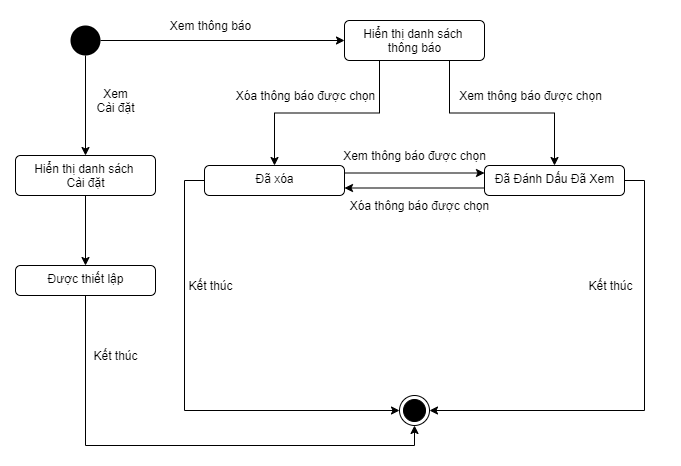
Earlier version of the draw.io export ToDoApp-Doc/Document/Diagram/State Machine Diagram/UserNotificationManagement/StateMachineDiagram_UserNotificationManagement.png (Merevoli-DatLuu/To-Do-App). Source tidied: cells renumbered, new cells last; positions are measured from the earlier drawing's top-left corner, leaving out a move shared by most shapes.
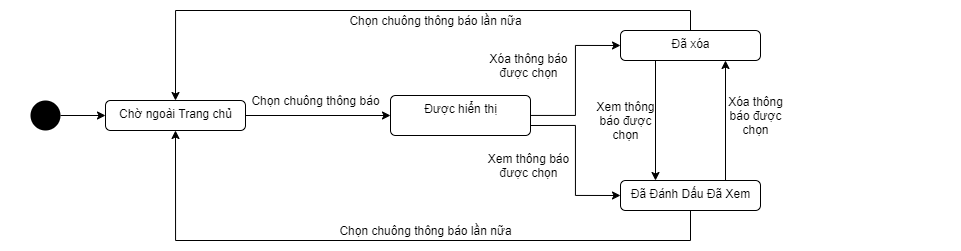
The same diagram one commit later.

Commit message:
[TODO-52]-[Modified]: UserNotificationManagement State Diagram

What changed in the source:
```diff
@@ -3,90 +3,72 @@
     <mxCell id="0" />
     <mxCell id="1" parent="0" />
     <mxCell id="2" style="rounded=0;whiteSpace=wrap;html=1;strokeColor=none;" parent="1" vertex="1">
-      <mxGeometry width="680" height="465" as="geometry" />
+      <mxGeometry x="-90" y="-75" width="960" height="250" as="geometry" />
     </mxCell>
-    <mxCell id="3" style="edgeStyle=orthogonalEdgeStyle;rounded=0;jettySize=auto;html=1;" parent="1" edge="1" source="5" target="9">
+    <mxCell id="3" style="edgeStyle=orthogonalEdgeStyle;rounded=0;jettySize=auto;html=1;exitX=1;exitY=0.5;exitDx=0;exitDy=0;" parent="1" edge="1" source="31" target="9">
       <mxGeometry relative="1" as="geometry" />
     </mxCell>
-    <mxCell id="4" style="edgeStyle=orthogonalEdgeStyle;rounded=0;jettySize=auto;html=1;entryX=0.5;entryY=0;entryDx=0;entryDy=0;" parent="1" edge="1" source="5" target="24">
-      <mxGeometry relative="1" as="geometry" />
-    </mxCell>
-    <mxCell id="5" style="ellipse;fillColor=#000000;strokeColor=none;" parent="1" vertex="1">
-      <mxGeometry x="70" y="25" width="30" height="30" as="geometry" />
-    </mxCell>
-    <mxCell id="6" style="ellipse;html=1;shape=endState;fillColor=#000000;strokeColor=#000000;" parent="1" vertex="1">
-      <mxGeometry x="399" y="395" width="30" height="30" as="geometry" />
-    </mxCell>
+    <mxCell id="8" style="edgeStyle=orthogonalEdgeStyle;rounded=0;jettySize=auto;html=1;entryX=0;entryY=0.5;entryDx=0;entryDy=0;exitX=1;exitY=0.75;exitDx=0;exitDy=0;" parent="1" edge="1" source="9" target="13">
+      <mxGeometry relative="1" as="geometry" />
+    </mxCell>
-    <mxCell id="7" style="edgeStyle=orthogonalEdgeStyle;rounded=0;jettySize=auto;html=1;entryX=0.5;entryY=0;entryDx=0;entryDy=0;exitX=0.25;exitY=1;exitDx=0;exitDy=0;" parent="1" edge="1" source="9" target="16">
+    <mxCell id="7" style="edgeStyle=orthogonalEdgeStyle;rounded=0;jettySize=auto;html=1;entryX=0;entryY=0.5;entryDx=0;entryDy=0;" parent="1" edge="1" source="9" target="16">
       <mxGeometry relative="1" as="geometry" />
     </mxCell>
-    <mxCell id="8" style="edgeStyle=orthogonalEdgeStyle;rounded=0;jettySize=auto;html=1;entryX=0.5;entryY=0;entryDx=0;entryDy=0;exitX=0.75;exitY=1;exitDx=0;exitDy=0;" parent="1" edge="1" source="9" target="13">
-      <mxGeometry relative="1" as="geometry" />
-    </mxCell>
-    <mxCell id="9" value="Hiển thị danh sách &lt;br&gt;thông báo" style="html=1;align=center;verticalAlign=top;rounded=1;absoluteArcSize=1;arcSize=10;dashed=0;" parent="1" vertex="1">
-      <mxGeometry x="344" y="20" width="140" height="40" as="geometry" />
+    <mxCell id="9" value="Được hiển thị" style="html=1;align=center;verticalAlign=top;rounded=1;absoluteArcSize=1;arcSize=10;dashed=0;" parent="1" vertex="1">
+      <mxGeometry x="300" y="20" width="140" height="40" as="geometry" />
     </mxCell>
-    <mxCell id="10" value="Xem thông báo" style="text;html=1;align=center;verticalAlign=middle;" parent="1" vertex="1">
-      <mxGeometry x="160" y="15" width="100" height="20" as="geometry" />
+    <mxCell id="10" value="Chọn chuông thông báo" style="text;html=1;align=center;verticalAlign=middle;" parent="1" vertex="1">
+      <mxGeometry x="155" y="15" width="140" height="20" as="geometry" />
     </mxCell>
-    <mxCell id="11" style="edgeStyle=orthogonalEdgeStyle;rounded=0;jettySize=auto;html=1;entryX=1;entryY=0.5;entryDx=0;entryDy=0;exitX=1;exitY=0.5;exitDx=0;exitDy=0;" parent="1" edge="1" source="13" target="6">
-      <mxGeometry relative="1" as="geometry" />
-    </mxCell>
-    <mxCell id="12" style="edgeStyle=orthogonalEdgeStyle;rounded=0;jettySize=auto;html=1;entryX=1;entryY=0.75;entryDx=0;entryDy=0;exitX=0;exitY=0.75;exitDx=0;exitDy=0;" parent="1" edge="1" source="13" target="16">
+    <mxCell id="12" style="edgeStyle=orthogonalEdgeStyle;rounded=0;jettySize=auto;html=1;entryX=0.75;entryY=1;entryDx=0;entryDy=0;exitX=0.75;exitY=0;exitDx=0;exitDy=0;" parent="1" edge="1" source="13" target="16">
       <mxGeometry relative="1" as="geometry" />
     </mxCell>
+    <mxCell id="29" style="edgeStyle=orthogonalEdgeStyle;rounded=0;jettySize=auto;html=1;entryX=0.5;entryY=1;entryDx=0;entryDy=0;exitX=0.5;exitY=1;exitDx=0;exitDy=0;" parent="1" edge="1" source="13" target="31">
+      <mxGeometry relative="1" as="geometry">
+        <Array as="points">
+          <mxPoint x="600" y="165" />
+          <mxPoint x="85" y="165" />
+        </Array>
+      </mxGeometry>
+    </mxCell>
     <mxCell id="13" value="Đã Đánh Dấu Đã Xem" style="html=1;align=center;verticalAlign=top;rounded=1;absoluteArcSize=1;arcSize=10;dashed=0;" parent="1" vertex="1">
-      <mxGeometry x="484" y="165" width="140" height="30" as="geometry" />
+      <mxGeometry x="530" y="105" width="140" height="30" as="geometry" />
     </mxCell>
-    <mxCell id="14" style="edgeStyle=orthogonalEdgeStyle;rounded=0;jettySize=auto;html=1;entryX=0;entryY=0.5;entryDx=0;entryDy=0;exitX=0;exitY=0.5;exitDx=0;exitDy=0;" parent="1" edge="1" source="16" target="6">
-      <mxGeometry relative="1" as="geometry" />
-    </mxCell>
-    <mxCell id="15" style="edgeStyle=orthogonalEdgeStyle;rounded=0;jettySize=auto;html=1;exitX=1;exitY=0.25;exitDx=0;exitDy=0;entryX=0;entryY=0.25;entryDx=0;entryDy=0;" parent="1" edge="1" source="16" target="13">
+    <mxCell id="15" style="edgeStyle=orthogonalEdgeStyle;rounded=0;jettySize=auto;html=1;exitX=0.25;exitY=1;exitDx=0;exitDy=0;entryX=0.25;entryY=0;entryDx=0;entryDy=0;" parent="1" edge="1" source="16" target="13">
       <mxGeometry relative="1" as="geometry" />
     </mxCell>
+    <mxCell id="30" style="edgeStyle=orthogonalEdgeStyle;rounded=0;jettySize=auto;html=1;entryX=0.5;entryY=0;entryDx=0;entryDy=0;exitX=0.5;exitY=0;exitDx=0;exitDy=0;" parent="1" edge="1" source="16" target="31">
+      <mxGeometry relative="1" as="geometry" />
+    </mxCell>
     <mxCell id="16" value="Đã xóa" style="html=1;align=center;verticalAlign=top;rounded=1;absoluteArcSize=1;arcSize=10;dashed=0;" parent="1" vertex="1">
-      <mxGeometry x="204" y="165" width="140" height="30" as="geometry" />
+      <mxGeometry x="530" y="-45" width="140" height="30" as="geometry" />
     </mxCell>
-    <mxCell id="17" value="Xóa thông báo được chọn" style="text;html=1;align=center;verticalAlign=middle;" parent="1" vertex="1">
-      <mxGeometry x="230" y="85" width="150" height="20" as="geometry" />
+    <mxCell id="17" value="Xóa thông&lt;br&gt;báo được&lt;br&gt;chọn" style="text;html=1;align=center;verticalAlign=middle;" parent="1" vertex="1">
+      <mxGeometry x="630" y="15" width="70" height="50" as="geometry" />
     </mxCell>
-    <mxCell id="18" value="Xem thông báo được chọn" style="text;html=1;align=center;verticalAlign=middle;" parent="1" vertex="1">
-      <mxGeometry x="450" y="85" width="160" height="20" as="geometry" />
+    <mxCell id="18" value="Xem thông báo&lt;br&gt;được chọn" style="text;html=1;align=center;verticalAlign=middle;" parent="1" vertex="1">
+      <mxGeometry x="388" y="75" width="100" height="30" as="geometry" />
     </mxCell>
-    <mxCell id="19" value="Xem thông báo được chọn" style="text;html=1;align=center;verticalAlign=middle;" parent="1" vertex="1">
-      <mxGeometry x="334" y="145" width="160" height="20" as="geometry" />
+    <mxCell id="19" value="Xem thông&lt;br&gt;báo được&lt;br&gt;chọn" style="text;html=1;align=center;verticalAlign=middle;" parent="1" vertex="1">
+      <mxGeometry x="500" y="20" width="70" height="50" as="geometry" />
     </mxCell>
-    <mxCell id="20" value="Xóa thông báo được chọn" style="text;html=1;align=center;verticalAlign=middle;" parent="1" vertex="1">
-      <mxGeometry x="344" y="195" width="150" height="20" as="geometry" />
+    <mxCell id="20" value="Xóa thông báo&lt;br&gt;được chọn" style="text;html=1;align=center;verticalAlign=middle;" parent="1" vertex="1">
+      <mxGeometry x="393" y="-25" width="90" height="30" as="geometry" />
     </mxCell>
-    <mxCell id="21" value="Kết thúc" style="text;html=1;align=center;verticalAlign=middle;" parent="1" vertex="1">
-      <mxGeometry x="180" y="275" width="60" height="20" as="geometry" />
-    </mxCell>
-    <mxCell id="22" value="Kết thúc" style="text;html=1;align=center;verticalAlign=middle;" parent="1" vertex="1">
-      <mxGeometry x="580" y="275" width="60" height="20" as="geometry" />
-    </mxCell>
-    <mxCell id="23" style="edgeStyle=orthogonalEdgeStyle;rounded=0;jettySize=auto;html=1;entryX=0.5;entryY=0;entryDx=0;entryDy=0;" parent="1" edge="1" source="24" target="27">
-      <mxGeometry relative="1" as="geometry" />
-    </mxCell>
-    <mxCell id="24" value="Hiển thị danh sách &lt;br&gt;Cài đặt" style="html=1;align=center;verticalAlign=top;rounded=1;absoluteArcSize=1;arcSize=10;dashed=0;" parent="1" vertex="1">
-      <mxGeometry x="15" y="155" width="140" height="40" as="geometry" />
-    </mxCell>
-    <mxCell id="25" value="Xem&lt;br&gt;Cài đặt" style="text;html=1;align=center;verticalAlign=middle;" parent="1" vertex="1">
-      <mxGeometry x="90" y="85" width="50" height="30" as="geometry" />
-    </mxCell>
-    <mxCell id="26" style="edgeStyle=orthogonalEdgeStyle;rounded=0;jettySize=auto;html=1;entryX=0.5;entryY=1;entryDx=0;entryDy=0;" parent="1" edge="1" source="27" target="6">
-      <mxGeometry relative="1" as="geometry">
-        <Array as="points">
-          <mxPoint x="85" y="445" />
-          <mxPoint x="414" y="445" />
-        </Array>
-      </mxGeometry>
-    </mxCell>
-    <mxCell id="27" value="Được thiết lập" style="html=1;align=center;verticalAlign=top;rounded=1;absoluteArcSize=1;arcSize=10;dashed=0;" parent="1" vertex="1">
-      <mxGeometry x="15" y="265" width="140" height="30" as="geometry" />
-    </mxCell>
-    <mxCell id="28" value="Kết thúc" style="text;html=1;align=center;verticalAlign=middle;" parent="1" vertex="1">
-      <mxGeometry x="85" y="345" width="60" height="20" as="geometry" />
-    </mxCell>
+    <mxCell id="31" value="Chờ ngoài Trang chủ" style="html=1;align=center;verticalAlign=top;rounded=1;absoluteArcSize=1;arcSize=10;dashed=0;" parent="1" vertex="1">
+      <mxGeometry x="15" y="25" width="140" height="30" as="geometry" />
+    </mxCell>
+    <mxCell id="32" style="edgeStyle=orthogonalEdgeStyle;rounded=0;jettySize=auto;html=1;entryX=0;entryY=0.5;entryDx=0;entryDy=0;" parent="1" edge="1" source="33" target="31">
+      <mxGeometry relative="1" as="geometry" />
+    </mxCell>
+    <mxCell id="33" style="ellipse;fillColor=#000000;strokeColor=none;" parent="1" vertex="1">
+      <mxGeometry x="-60" y="25" width="30" height="30" as="geometry" />
+    </mxCell>
+    <mxCell id="34" value="Chọn chuông thông báo lần nữa" style="text;html=1;align=center;verticalAlign=middle;" parent="1" vertex="1">
+      <mxGeometry x="240" y="145" width="190" height="20" as="geometry" />
+    </mxCell>
+    <mxCell id="35" value="Chọn chuông thông báo lần nữa" style="text;html=1;align=center;verticalAlign=middle;" parent="1" vertex="1">
+      <mxGeometry x="250" y="-65" width="190" height="20" as="geometry" />
+    </mxCell>
   </root>
 </mxGraphModel>
```
